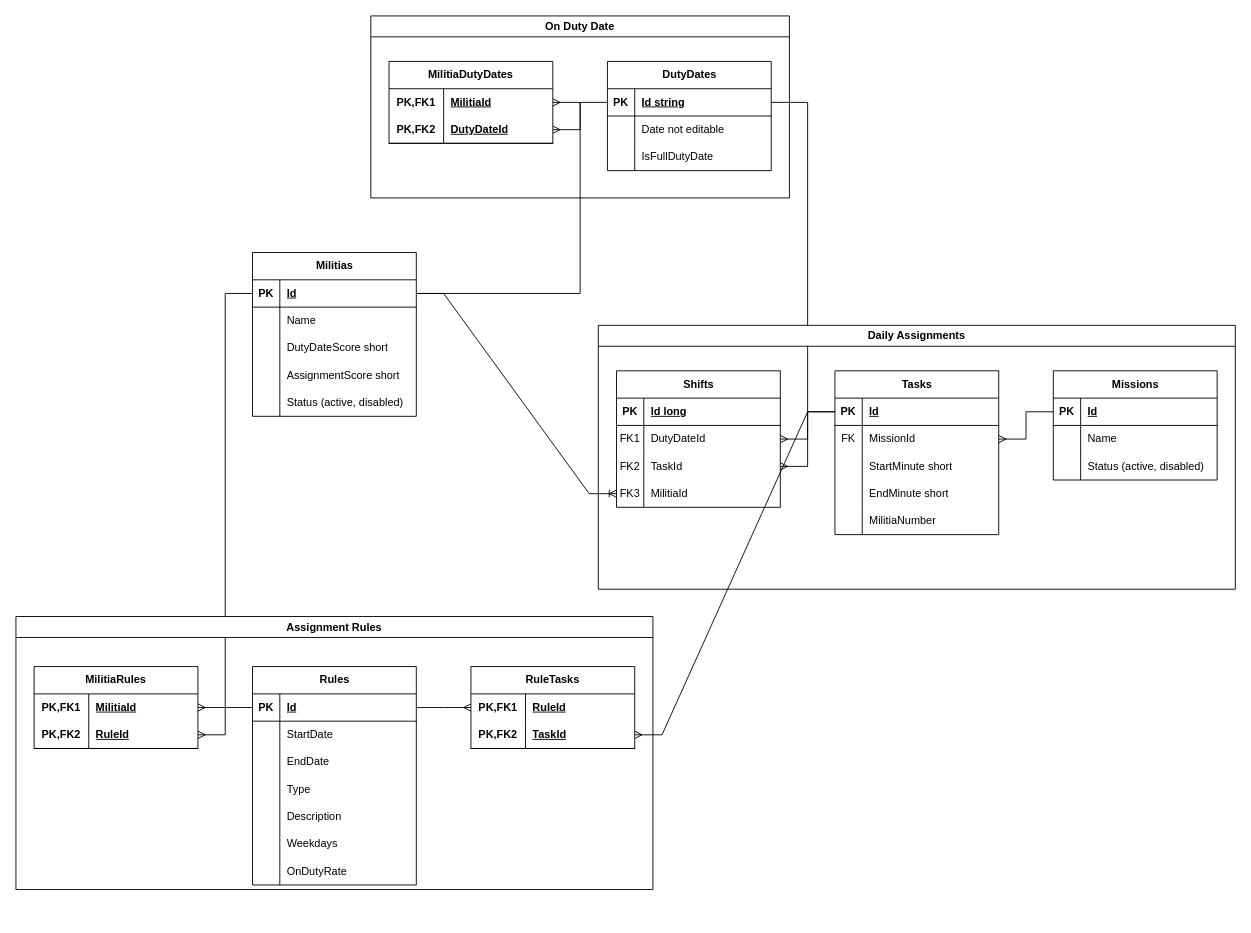
Earlier version of the draw.io diagram militia.drawio (handoiditu1508/militia-duty-be). Source tidied: cells renumbered, new cells numbered last; positions are measured from the earlier drawing's top-left corner, leaving out a move shared by most shapes. Both pictures are drawn from the tidied source at 91%, with x=0, y=0 at pixel (15, 15).
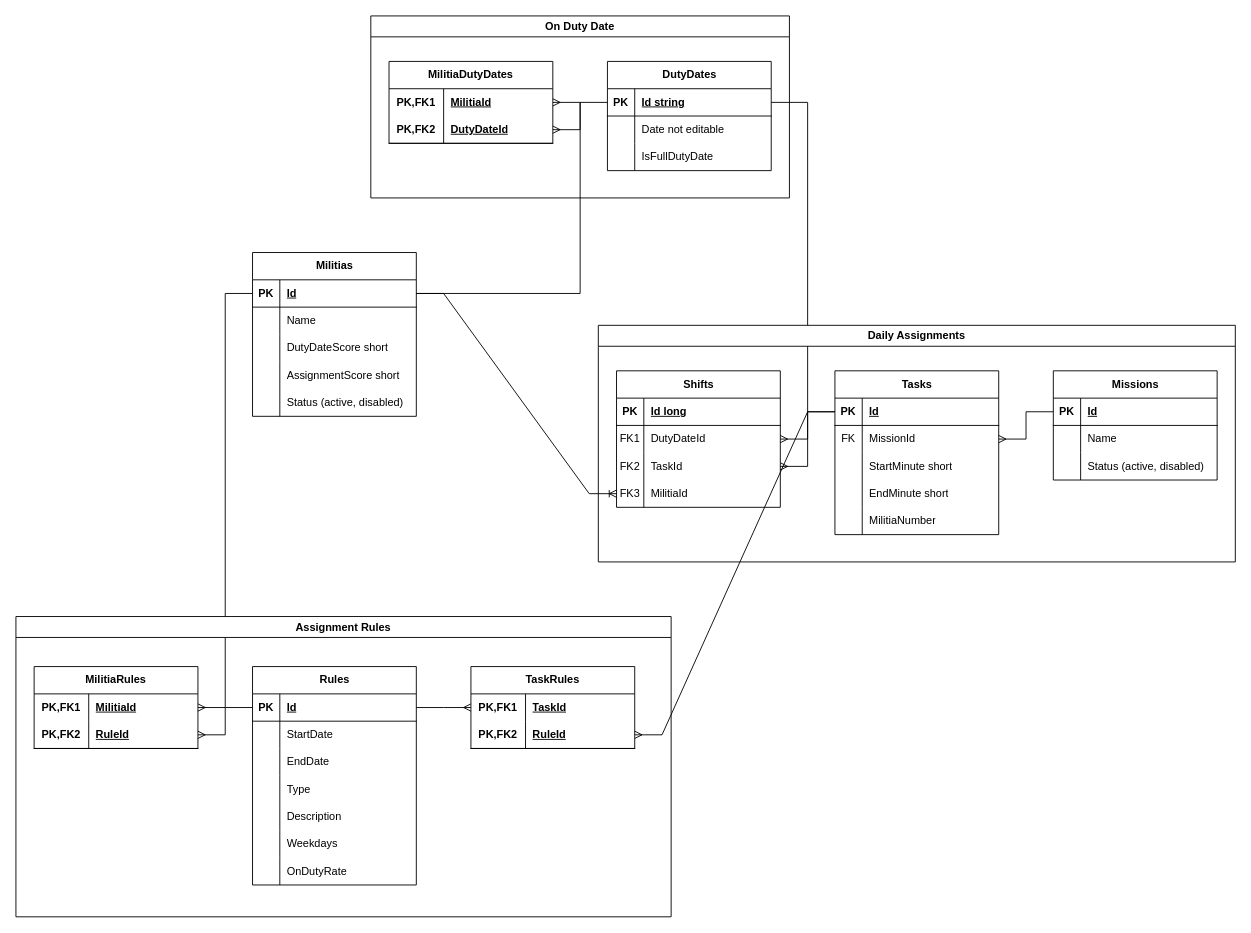
Above is the later version.

Unchanged cells that the change refers to:
```xml
<mxCell id="74" style="shape=tableRow;horizontal=0;startSize=0;swimlaneHead=0;swimlaneBody=0;fillColor=none;points=[[0,0.5],[1,0.5]];portConstraint=eastwest;top=0;left=0;right=0;bottom=0;html=1;" parent="73" vertex="1">
  <mxGeometry y="30" width="180" height="30" as="geometry" />
</mxCell>
<mxCell id="77" style="shape=tableRow;horizontal=0;startSize=0;swimlaneHead=0;swimlaneBody=0;fillColor=none;points=[[0,0.5],[1,0.5]];portConstraint=eastwest;top=0;left=0;right=0;bottom=1;html=1;" parent="73" vertex="1">
  <mxGeometry y="60" width="180" height="30" as="geometry" />
</mxCell>
<mxCell id="93" style="shape=tableRow;horizontal=0;startSize=0;swimlaneHead=0;swimlaneBody=0;fillColor=none;points=[[0,0.5],[1,0.5]];portConstraint=eastwest;top=0;left=0;right=0;bottom=1;" parent="92" vertex="1">
  <mxGeometry y="30" width="180" height="30" as="geometry" />
</mxCell>
```

What changed in the source:
```diff
@@
-    <mxCell id="20" style="edgeStyle=entityRelationEdgeStyle;fontSize=12;html=1;endArrow=ERmany;rounded=0;" parent="1" edge="1" source="93" target="77">
-      <mxGeometry relative="1" as="geometry" />
-    </mxCell>
@@
     <mxCell id="42" value="Assignment Rules" style="swimlane;whiteSpace=wrap;html=1;" parent="1" vertex="1">
-      <mxGeometry y="660" width="700" height="300" as="geometry" />
+      <mxGeometry y="660" width="720" height="330" as="geometry" />
     </mxCell>
@@
-    <mxCell id="73" value="RuleTasks" style="shape=table;startSize=30;childLayout=tableLayout;rowLines=0;fontStyle=1;align=center;html=1;whiteSpace=wrap;" parent="42" vertex="1">
+    <mxCell id="73" value="TaskRules" style="shape=table;startSize=30;childLayout=tableLayout;rowLines=0;fontStyle=1;align=center;html=1;whiteSpace=wrap;" parent="42" vertex="1">
       <mxGeometry x="500" y="55" width="180" height="90" as="geometry" />
     </mxCell>
@@
-    <mxCell id="76" value="RuleId" style="shape=partialRectangle;fillColor=none;top=0;left=0;bottom=0;right=0;align=left;spacingLeft=6;fontStyle=5;overflow=hidden;html=1;whiteSpace=wrap;" parent="74" vertex="1">
+    <mxCell id="76" value="TaskId" style="shape=partialRectangle;fillColor=none;top=0;left=0;bottom=0;right=0;align=left;spacingLeft=6;fontStyle=5;overflow=hidden;html=1;whiteSpace=wrap;" parent="74" vertex="1">
       <mxGeometry x="60" width="120" height="30" as="geometry" />
     </mxCell>
@@
-    <mxCell id="79" value="TaskId" style="shape=partialRectangle;fillColor=none;top=0;left=0;bottom=0;right=0;align=left;spacingLeft=6;fontStyle=5;overflow=hidden;html=1;whiteSpace=wrap;" parent="77" vertex="1">
+    <mxCell id="79" value="RuleId" style="shape=partialRectangle;fillColor=none;top=0;left=0;bottom=0;right=0;align=left;spacingLeft=6;fontStyle=5;overflow=hidden;html=1;whiteSpace=wrap;" parent="77" vertex="1">
       <mxGeometry x="60" width="120" height="30" as="geometry" />
     </mxCell>
@@
     <mxCell id="81" value="Daily Assignments" style="swimlane;whiteSpace=wrap;html=1;startSize=23;" parent="1" vertex="1">
-      <mxGeometry x="640" y="340" width="700" height="290" as="geometry" />
+      <mxGeometry x="640" y="340" width="700" height="260" as="geometry" />
     </mxCell>
@@
+    <mxCell id="20" style="edgeStyle=entityRelationEdgeStyle;fontSize=12;html=1;endArrow=ERmany;rounded=0;" parent="1" edge="1" source="93" target="77">
+      <mxGeometry relative="1" as="geometry" />
+    </mxCell>
```
